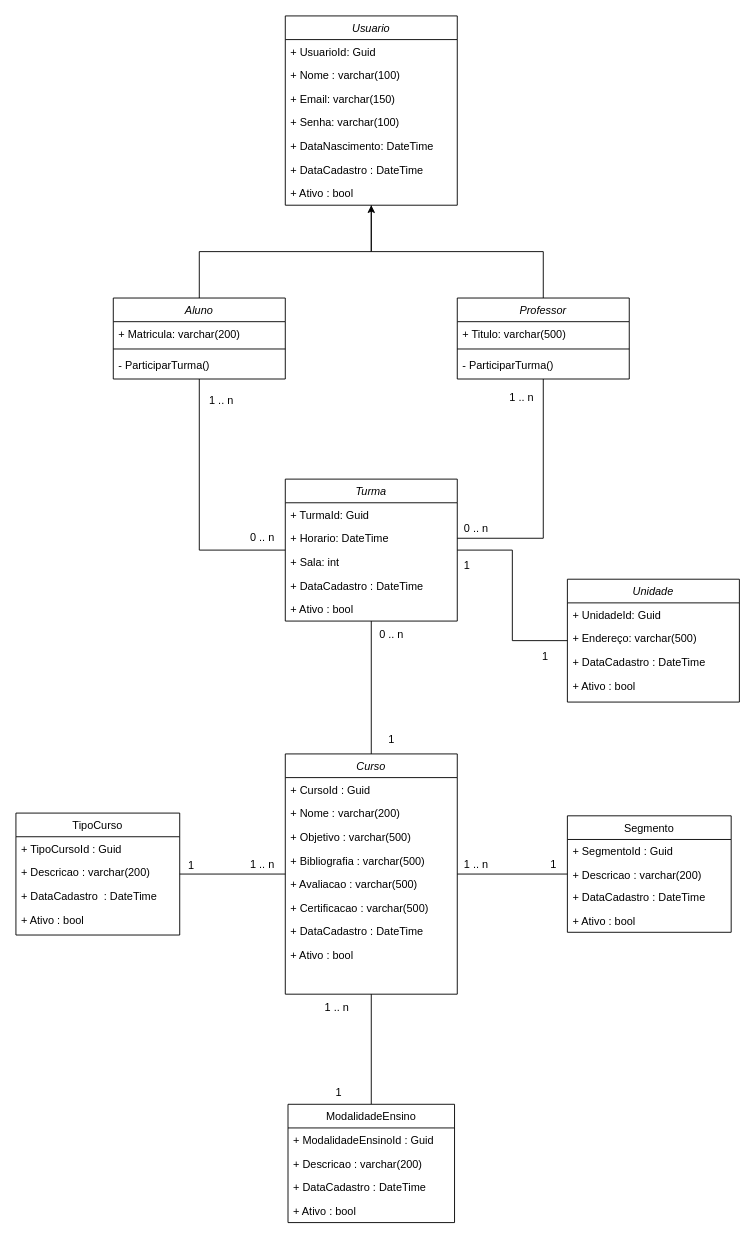
rafaelaport/CatalogoCurso_ProjetoBloco keeps this draw.io diagram as DiagramaClasse.drawio. Above is the earlier version. Source tidied: cells renumbered, new cells numbered last; positions are measured from the earlier drawing's top-left corner, leaving out a move shared by most shapes. Both pictures are drawn from the tidied source at 91%, with x=0, y=0 at pixel (15, 15).
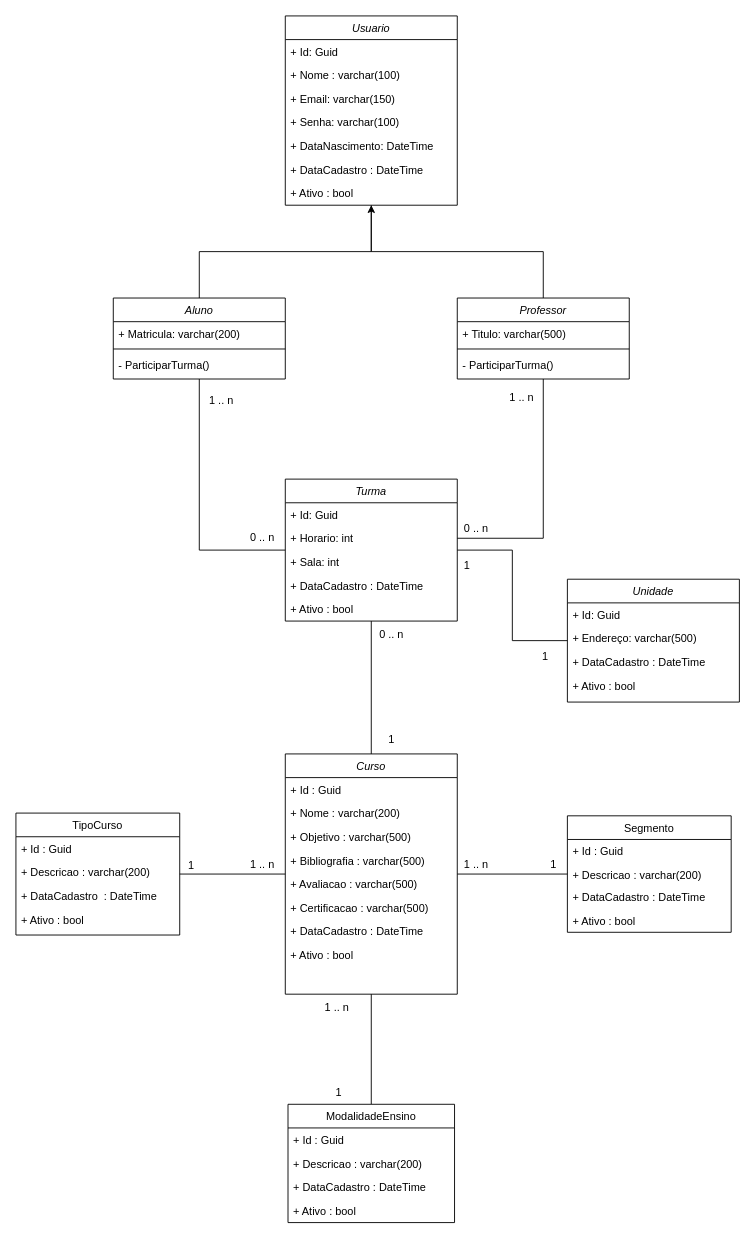
Above is the later version.

Unchanged cells that the change refers to:
```xml
<mxCell id="4" value="Curso" style="swimlane;fontStyle=2;align=center;verticalAlign=top;horizontal=1;startSize=26;rounded=0;shadow=0;strokeWidth=1;" parent="1" vertex="1">
  <mxGeometry x="296" y="811" width="189" height="264" as="geometry" />
</mxCell>
<mxCell id="13" value="Segmento" style="swimlane;fontStyle=0;align=center;verticalAlign=top;horizontal=1;startSize=26;rounded=0;shadow=0;strokeWidth=1;" parent="1" vertex="1">
  <mxGeometry x="606" y="879" width="180" height="128" as="geometry" />
</mxCell>
<mxCell id="19" value="TipoCurso" style="swimlane;fontStyle=0;align=center;verticalAlign=top;horizontal=1;startSize=26;rounded=0;shadow=0;strokeWidth=1;" parent="1" vertex="1">
  <mxGeometry y="876" width="180" height="134" as="geometry" />
</mxCell>
<mxCell id="28" value="ModalidadeEnsino" style="swimlane;fontStyle=0;align=center;verticalAlign=top;horizontal=1;startSize=26;rounded=0;shadow=0;strokeWidth=1;" parent="1" vertex="1">
  <mxGeometry x="299" y="1196" width="183" height="130" as="geometry" />
</mxCell>
<mxCell id="37" value="Turma" style="swimlane;fontStyle=2;align=center;verticalAlign=top;horizontal=1;startSize=26;rounded=0;shadow=0;strokeWidth=1;" parent="1" vertex="1">
  <mxGeometry x="296" y="509" width="189" height="156" as="geometry" />
</mxCell>
<mxCell id="44" value="Usuario" style="swimlane;fontStyle=2;align=center;verticalAlign=top;horizontal=1;startSize=26;rounded=0;shadow=0;strokeWidth=1;" parent="1" vertex="1">
  <mxGeometry x="296" width="189" height="208" as="geometry" />
</mxCell>
<mxCell id="63" value="Unidade" style="swimlane;fontStyle=2;align=center;verticalAlign=top;horizontal=1;startSize=26;rounded=0;shadow=0;strokeWidth=1;" parent="1" vertex="1">
  <mxGeometry x="606" y="619" width="189" height="135" as="geometry" />
</mxCell>
```

Change to the diagram source:
```diff
@@
-    <mxCell id="5" value="+ CursoId : Guid" style="text;align=left;verticalAlign=top;spacingLeft=4;spacingRight=4;overflow=hidden;" parent="4" vertex="1">
+    <mxCell id="5" value="+ Id : Guid" style="text;align=left;verticalAlign=top;spacingLeft=4;spacingRight=4;overflow=hidden;" parent="4" vertex="1">
       <mxGeometry y="26" width="189" height="26" as="geometry" />
     </mxCell>
@@
-    <mxCell id="14" value="+ SegmentoId : Guid" style="text;align=left;verticalAlign=top;spacingLeft=4;spacingRight=4;overflow=hidden;" parent="13" vertex="1">
+    <mxCell id="14" value="+ Id : Guid" style="text;align=left;verticalAlign=top;spacingLeft=4;spacingRight=4;overflow=hidden;" parent="13" vertex="1">
       <mxGeometry y="26" width="180" height="26" as="geometry" />
     </mxCell>
@@
-    <mxCell id="20" value="+ TipoCursoId : Guid" style="text;align=left;verticalAlign=top;spacingLeft=4;spacingRight=4;overflow=hidden;" parent="19" vertex="1">
+    <mxCell id="20" value="+ Id : Guid" style="text;align=left;verticalAlign=top;spacingLeft=4;spacingRight=4;overflow=hidden;" parent="19" vertex="1">
       <mxGeometry y="26" width="180" height="26" as="geometry" />
     </mxCell>
@@
-    <mxCell id="29" value="+ ModalidadeEnsinoId : Guid" style="text;align=left;verticalAlign=top;spacingLeft=4;spacingRight=4;overflow=hidden;" parent="28" vertex="1">
+    <mxCell id="29" value="+ Id : Guid" style="text;align=left;verticalAlign=top;spacingLeft=4;spacingRight=4;overflow=hidden;" parent="28" vertex="1">
       <mxGeometry y="26" width="183" height="26" as="geometry" />
     </mxCell>
@@
-    <mxCell id="38" value="+ TurmaId: Guid" style="text;align=left;verticalAlign=top;spacingLeft=4;spacingRight=4;overflow=hidden;" parent="37" vertex="1">
+    <mxCell id="38" value="+ Id: Guid" style="text;align=left;verticalAlign=top;spacingLeft=4;spacingRight=4;overflow=hidden;" parent="37" vertex="1">
       <mxGeometry y="26" width="189" height="26" as="geometry" />
     </mxCell>
-    <mxCell id="39" value="+ Horario: DateTime" style="text;align=left;verticalAlign=top;spacingLeft=4;spacingRight=4;overflow=hidden;points=[[0,0.5],[1,0.5]];portConstraint=eastwest;rounded=0;shadow=0;html=0;" parent="37" vertex="1">
+    <mxCell id="39" value="+ Horario: int" style="text;align=left;verticalAlign=top;spacingLeft=4;spacingRight=4;overflow=hidden;points=[[0,0.5],[1,0.5]];portConstraint=eastwest;rounded=0;shadow=0;html=0;" parent="37" vertex="1">
       <mxGeometry y="52" width="189" height="26" as="geometry" />
     </mxCell>
@@
-    <mxCell id="45" value="+ UsuarioId: Guid" style="text;align=left;verticalAlign=top;spacingLeft=4;spacingRight=4;overflow=hidden;" parent="44" vertex="1">
+    <mxCell id="45" value="+ Id: Guid" style="text;align=left;verticalAlign=top;spacingLeft=4;spacingRight=4;overflow=hidden;" parent="44" vertex="1">
       <mxGeometry y="26" width="189" height="26" as="geometry" />
     </mxCell>
@@
-    <mxCell id="64" value="+ UnidadeId: Guid" style="text;align=left;verticalAlign=top;spacingLeft=4;spacingRight=4;overflow=hidden;" parent="63" vertex="1">
+    <mxCell id="64" value="+ Id: Guid" style="text;align=left;verticalAlign=top;spacingLeft=4;spacingRight=4;overflow=hidden;" parent="63" vertex="1">
       <mxGeometry y="26" width="189" height="26" as="geometry" />
     </mxCell>
```
